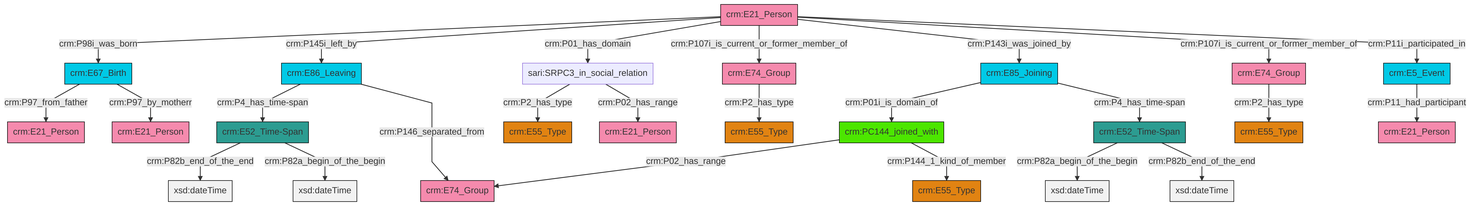
Earlier version of the Mermaid export et/personCSV/ttl/mmd/png/Person_Actor_Relations.png (swiss-art-research-net/reference-data-models). Its source is kept beside it as et/personCSV/ttl/mmd/Person_Actor_Relations.ttl.mmd.
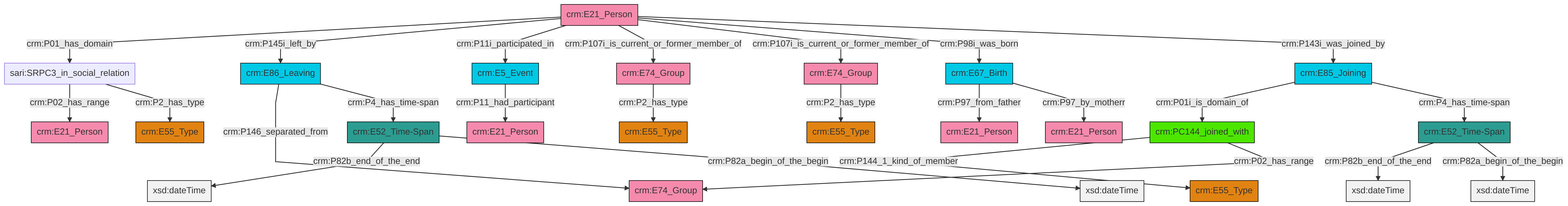
Above is the later version.

Change to the diagram source:
```diff
@@ -13,27 +13,27 @@
 classDef PC_Classes fill:#4ce600, stroke:#000000;
 classDef Multi fill:#cccccc,stroke:#000000;
 
-2["crm:E86_Leaving"]:::Temporal_Entity -->|crm:P4_has_time-span| 3["crm:E52_Time-Span"]:::Time-Span
-3["crm:E52_Time-Span"]:::Time-Span -->|crm:P82b_end_of_the_end| 4[xsd:dateTime]:::Literal
-7["crm:PC144_joined_with"]:::PC_Classes -->|crm:P02_has_range| 8["crm:E74_Group"]:::Actor
-16["crm:E52_Time-Span"]:::Time-Span -->|crm:P82a_begin_of_the_begin| 17[xsd:dateTime]:::Literal
-18["crm:E21_Person"]:::Actor -->|crm:P98i_was_born| 19["crm:E67_Birth"]:::Temporal_Entity
-21["sari:SRPC3_in_social_relation"]:::Default -->|crm:P2_has_type| 22["crm:E55_Type"]:::Type
-23["crm:E85_Joining"]:::Temporal_Entity -->|crm:P01i_is_domain_of| 7["crm:PC144_joined_with"]:::PC_Classes
-23["crm:E85_Joining"]:::Temporal_Entity -->|crm:P4_has_time-span| 16["crm:E52_Time-Span"]:::Time-Span
-18["crm:E21_Person"]:::Actor -->|crm:P145i_left_by| 2["crm:E86_Leaving"]:::Temporal_Entity
-19["crm:E67_Birth"]:::Temporal_Entity -->|crm:P97_from_father| 24["crm:E21_Person"]:::Actor
-3["crm:E52_Time-Span"]:::Time-Span -->|crm:P82a_begin_of_the_begin| 25[xsd:dateTime]:::Literal
-26["crm:E5_Event"]:::Temporal_Entity -->|crm:P11_had_participant| 27["crm:E21_Person"]:::Actor
-18["crm:E21_Person"]:::Actor -->|crm:P01_has_domain| 21["sari:SRPC3_in_social_relation"]:::Default
-35["crm:E74_Group"]:::Actor -->|crm:P2_has_type| 5["crm:E55_Type"]:::Type
-36["crm:E74_Group"]:::Actor -->|crm:P2_has_type| 11["crm:E55_Type"]:::Type
-7["crm:PC144_joined_with"]:::PC_Classes -->|crm:P144_1_kind_of_member| 9["crm:E55_Type"]:::Type
-19["crm:E67_Birth"]:::Temporal_Entity -->|crm:P97_by_motherr| 0["crm:E21_Person"]:::Actor
-18["crm:E21_Person"]:::Actor -->|crm:P107i_is_current_or_former_member_of| 36["crm:E74_Group"]:::Actor
-21["sari:SRPC3_in_social_relation"]:::Default -->|crm:P02_has_range| 40["crm:E21_Person"]:::Actor
-2["crm:E86_Leaving"]:::Temporal_Entity -->|crm:P146_separated_from| 8["crm:E74_Group"]:::Actor
-18["crm:E21_Person"]:::Actor -->|crm:P143i_was_joined_by| 23["crm:E85_Joining"]:::Temporal_Entity
-18["crm:E21_Person"]:::Actor -->|crm:P107i_is_current_or_former_member_of| 35["crm:E74_Group"]:::Actor
-16["crm:E52_Time-Span"]:::Time-Span -->|crm:P82b_end_of_the_end| 43[xsd:dateTime]:::Literal
-18["crm:E21_Person"]:::Actor -->|crm:P11i_participated_in| 26["crm:E5_Event"]:::Temporal_Entity
+0["crm:E85_Joining"]:::Temporal_Entity -->|crm:P01i_is_domain_of| 1["crm:PC144_joined_with"]:::PC_Classes
+1["crm:PC144_joined_with"]:::PC_Classes -->|crm:P144_1_kind_of_member| 2["crm:E55_Type"]:::Type
+3["sari:SRPC3_in_social_relation"]:::Default -->|crm:P02_has_range| 4["crm:E21_Person"]:::Actor
+7["crm:E86_Leaving"]:::Temporal_Entity -->|crm:P146_separated_from| 9["crm:E74_Group"]:::Actor
+10["crm:E21_Person"]:::Actor -->|crm:P01_has_domain| 3["sari:SRPC3_in_social_relation"]:::Default
+1["crm:PC144_joined_with"]:::PC_Classes -->|crm:P02_has_range| 9["crm:E74_Group"]:::Actor
+7["crm:E86_Leaving"]:::Temporal_Entity -->|crm:P4_has_time-span| 14["crm:E52_Time-Span"]:::Time-Span
+5["crm:E5_Event"]:::Temporal_Entity -->|crm:P11_had_participant| 19["crm:E21_Person"]:::Actor
+10["crm:E21_Person"]:::Actor -->|crm:P145i_left_by| 7["crm:E86_Leaving"]:::Temporal_Entity
+10["crm:E21_Person"]:::Actor -->|crm:P11i_participated_in| 5["crm:E5_Event"]:::Temporal_Entity
+20["crm:E52_Time-Span"]:::Time-Span -->|crm:P82b_end_of_the_end| 28[xsd:dateTime]:::Literal
+14["crm:E52_Time-Span"]:::Time-Span -->|crm:P82b_end_of_the_end| 32[xsd:dateTime]:::Literal
+10["crm:E21_Person"]:::Actor -->|crm:P107i_is_current_or_former_member_of| 34["crm:E74_Group"]:::Actor
+15["crm:E67_Birth"]:::Temporal_Entity -->|crm:P97_from_father| 26["crm:E21_Person"]:::Actor
+15["crm:E67_Birth"]:::Temporal_Entity -->|crm:P97_by_motherr| 39["crm:E21_Person"]:::Actor
+10["crm:E21_Person"]:::Actor -->|crm:P107i_is_current_or_former_member_of| 29["crm:E74_Group"]:::Actor
+20["crm:E52_Time-Span"]:::Time-Span -->|crm:P82a_begin_of_the_begin| 41[xsd:dateTime]:::Literal
+34["crm:E74_Group"]:::Actor -->|crm:P2_has_type| 36["crm:E55_Type"]:::Type
+10["crm:E21_Person"]:::Actor -->|crm:P98i_was_born| 15["crm:E67_Birth"]:::Temporal_Entity
+29["crm:E74_Group"]:::Actor -->|crm:P2_has_type| 22["crm:E55_Type"]:::Type
+14["crm:E52_Time-Span"]:::Time-Span -->|crm:P82a_begin_of_the_begin| 43[xsd:dateTime]:::Literal
+3["sari:SRPC3_in_social_relation"]:::Default -->|crm:P2_has_type| 12["crm:E55_Type"]:::Type
+10["crm:E21_Person"]:::Actor -->|crm:P143i_was_joined_by| 0["crm:E85_Joining"]:::Temporal_Entity
+0["crm:E85_Joining"]:::Temporal_Entity -->|crm:P4_has_time-span| 20["crm:E52_Time-Span"]:::Time-Span
```
